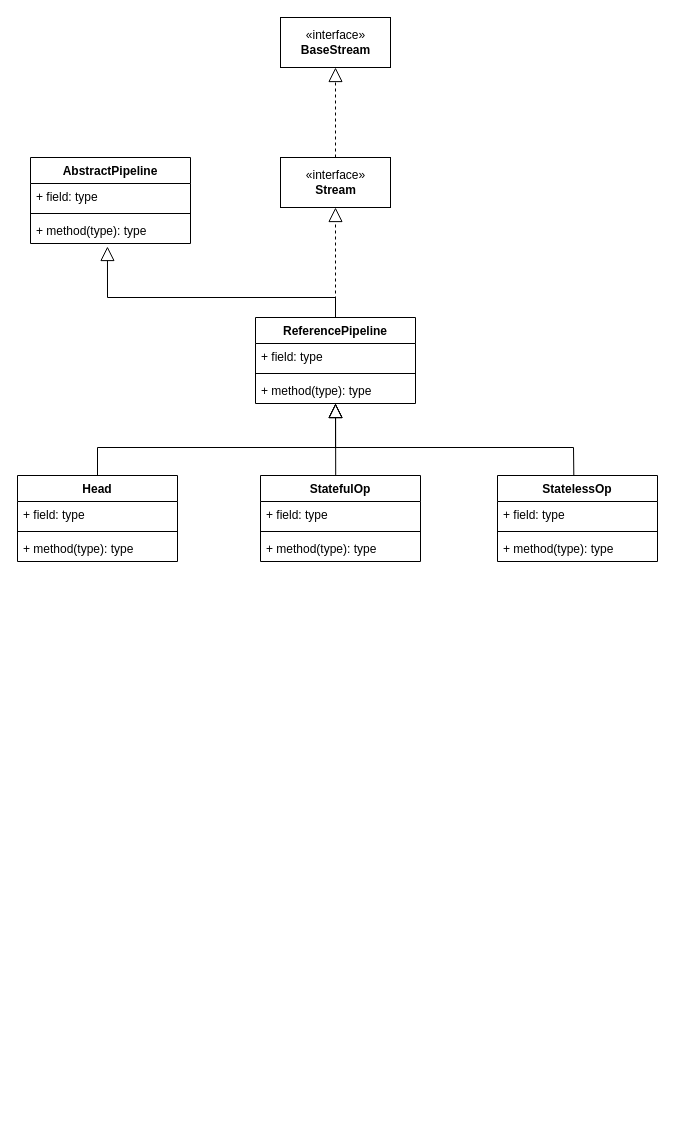
Earlier version of the draw.io diagram JavaStream.drawio (ZiqingYip/moment). Source tidied: cells renumbered, new cells numbered last; positions are measured from the earlier drawing's top-left corner, leaving out a move shared by most shapes. Both pictures are drawn from the tidied source at 100%, with x=0, y=0 at pixel (17, 17).
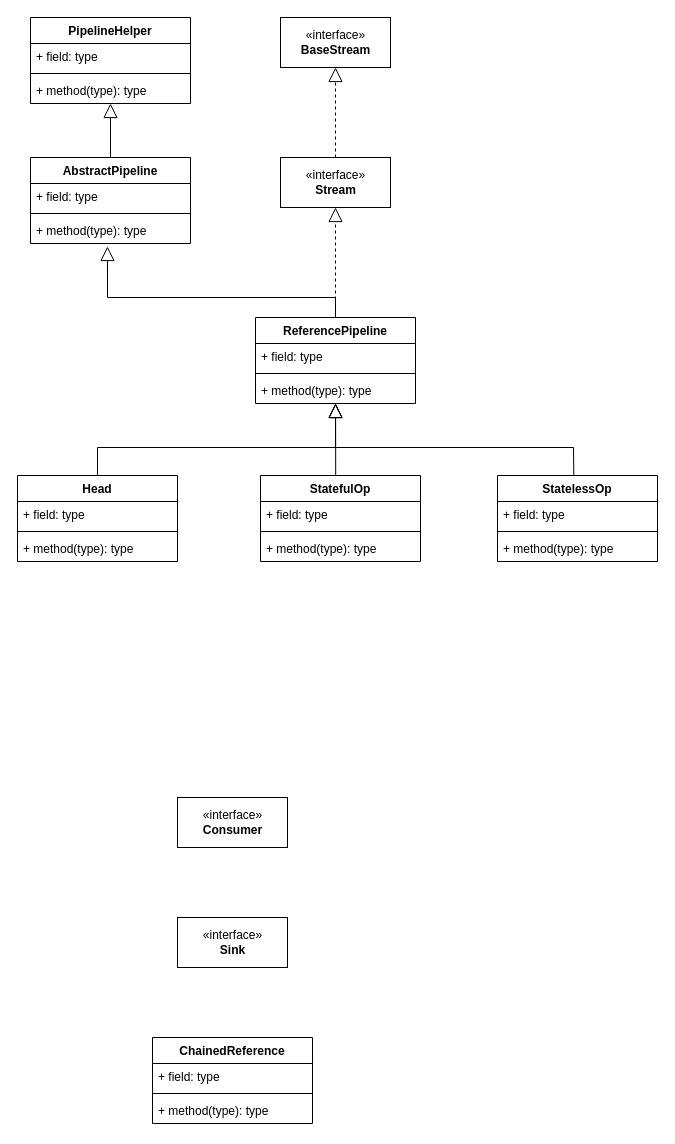
After the change.

Unchanged cells that the change refers to:
```xml
<mxCell id="7" value="AbstractPipeline" style="swimlane;fontStyle=1;align=center;verticalAlign=top;horizontal=1;startSize=26;" parent="1" vertex="1">
  <mxGeometry x="13" y="140" width="160" height="86" as="geometry" />
</mxCell>
```

What changed in the source:
```diff
@@
+    <mxCell id="30" value="«interface»&lt;br&gt;&lt;b&gt;Consumer&lt;/b&gt;" style="html=1;" parent="1" vertex="1">
+      <mxGeometry x="160" y="780" width="110" height="50" as="geometry" />
+    </mxCell>
+    <mxCell id="31" value="«interface»&lt;br&gt;&lt;b&gt;Sink&lt;/b&gt;" style="html=1;" parent="1" vertex="1">
+      <mxGeometry x="160" y="900" width="110" height="50" as="geometry" />
+    </mxCell>
+    <mxCell id="32" value="ChainedReference" style="swimlane;fontStyle=1;align=center;verticalAlign=top;horizontal=1;startSize=26;" parent="1" vertex="1">
+      <mxGeometry x="135" y="1020" width="160" height="86" as="geometry" />
+    </mxCell>
+    <mxCell id="33" value="+ field: type" style="text;strokeColor=none;fillColor=none;align=left;verticalAlign=top;spacingLeft=4;spacingRight=4;overflow=hidden;" parent="32" vertex="1">
+      <mxGeometry y="26" width="160" height="26" as="geometry" />
+    </mxCell>
+    <mxCell id="34" style="line;strokeWidth=1;fillColor=none;align=left;verticalAlign=middle;spacingTop=-1;spacingLeft=3;spacingRight=3;labelPosition=right;strokeColor=inherit;" parent="32" vertex="1">
+      <mxGeometry y="52" width="160" height="8" as="geometry" />
+    </mxCell>
+    <mxCell id="35" value="+ method(type): type" style="text;strokeColor=none;fillColor=none;align=left;verticalAlign=top;spacingLeft=4;spacingRight=4;overflow=hidden;" parent="32" vertex="1">
+      <mxGeometry y="60" width="160" height="26" as="geometry" />
+    </mxCell>
+    <mxCell id="36" value="PipelineHelper" style="swimlane;fontStyle=1;align=center;verticalAlign=top;horizontal=1;startSize=26;" parent="1" vertex="1">
+      <mxGeometry x="13" width="160" height="86" as="geometry" />
+    </mxCell>
+    <mxCell id="37" value="+ field: type" style="text;strokeColor=none;fillColor=none;align=left;verticalAlign=top;spacingLeft=4;spacingRight=4;overflow=hidden;" parent="36" vertex="1">
+      <mxGeometry y="26" width="160" height="26" as="geometry" />
+    </mxCell>
+    <mxCell id="38" style="line;strokeWidth=1;fillColor=none;align=left;verticalAlign=middle;spacingTop=-1;spacingLeft=3;spacingRight=3;labelPosition=right;strokeColor=inherit;" parent="36" vertex="1">
+      <mxGeometry y="52" width="160" height="8" as="geometry" />
+    </mxCell>
+    <mxCell id="39" value="+ method(type): type" style="text;strokeColor=none;fillColor=none;align=left;verticalAlign=top;spacingLeft=4;spacingRight=4;overflow=hidden;" parent="36" vertex="1">
+      <mxGeometry y="60" width="160" height="26" as="geometry" />
+    </mxCell>
+    <mxCell id="40" style="endArrow=block;endFill=0;endSize=12;html=1;rounded=0;exitX=0.5;exitY=0;exitDx=0;exitDy=0;" parent="1" edge="1" source="7" target="36">
+      <mxGeometry relative="1" as="geometry" />
+    </mxCell>
```
